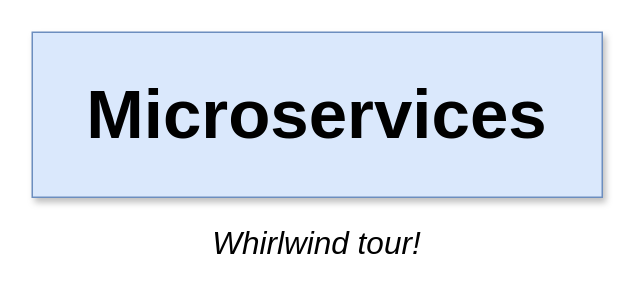
HappySuzuki/microservices-cast keeps this draw.io diagram as page "01 - comm" (1 of 14) of diagrams/01/diagrams.drawio. Above is the earlier version. Source tidied: cells renumbered, new cells numbered last; positions are measured from the earlier drawing's top-left corner, leaving out a move shared by most shapes. Both pictures are drawn from the tidied source at 150%, with x=0, y=0 at pixel (32, 32).
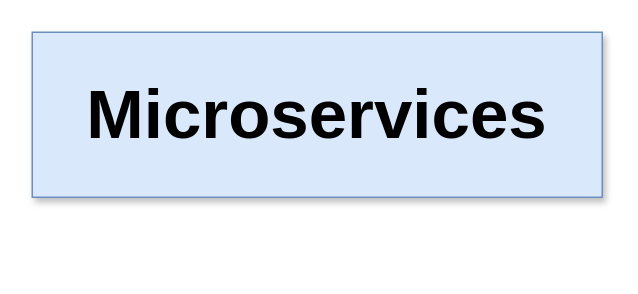
Above is the later version.

The edit, as a diff of the source:
```diff
@@
 <mxGraphModel>
   <root>
     <mxCell id="0" />
     <mxCell id="1" parent="0" />
     <mxCell id="2" value="Microservices" style="rounded=0;whiteSpace=wrap;html=1;fillColor=#dae8fc;strokeColor=#6c8ebf;shadow=1;fontSize=46;fontStyle=1;" parent="1" vertex="1">
       <mxGeometry width="380" height="110" as="geometry" />
     </mxCell>
-    <mxCell id="3" value="Whirlwind tour!" style="text;html=1;strokeColor=none;fillColor=none;align=center;verticalAlign=middle;whiteSpace=wrap;rounded=0;shadow=1;fontSize=21;fontStyle=2;" parent="1" vertex="1">
-      <mxGeometry x="50" y="130" width="280" height="20" as="geometry" />
-    </mxCell>
   </root>
 </mxGraphModel>
```
